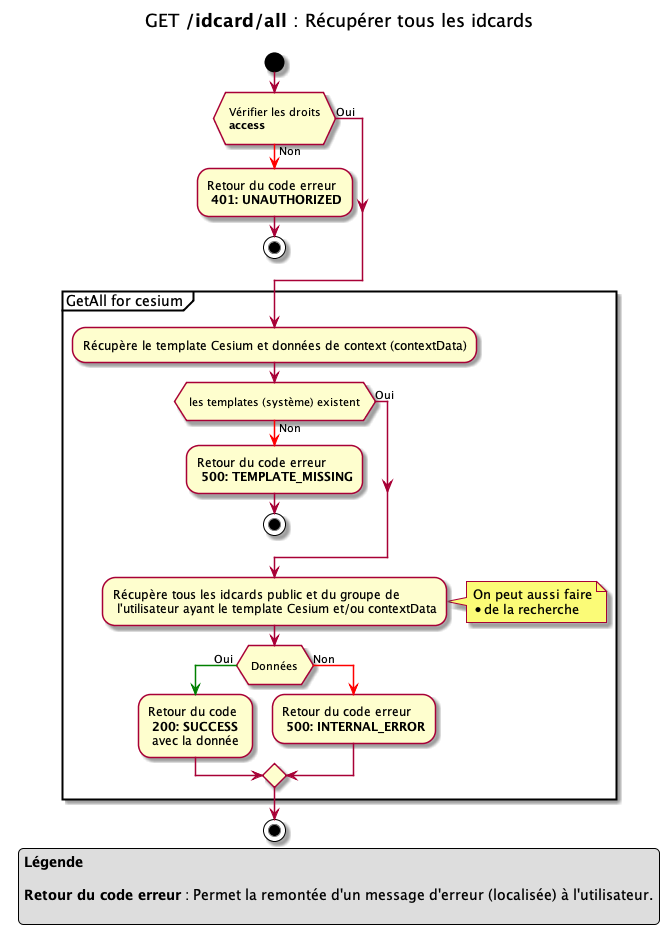
This is 01.byd-DataFactory/1.ArchitectureDossier/images/idcard_getAll_all.png from cogirep/documentation, a PlantUML export, as it was before one commit.
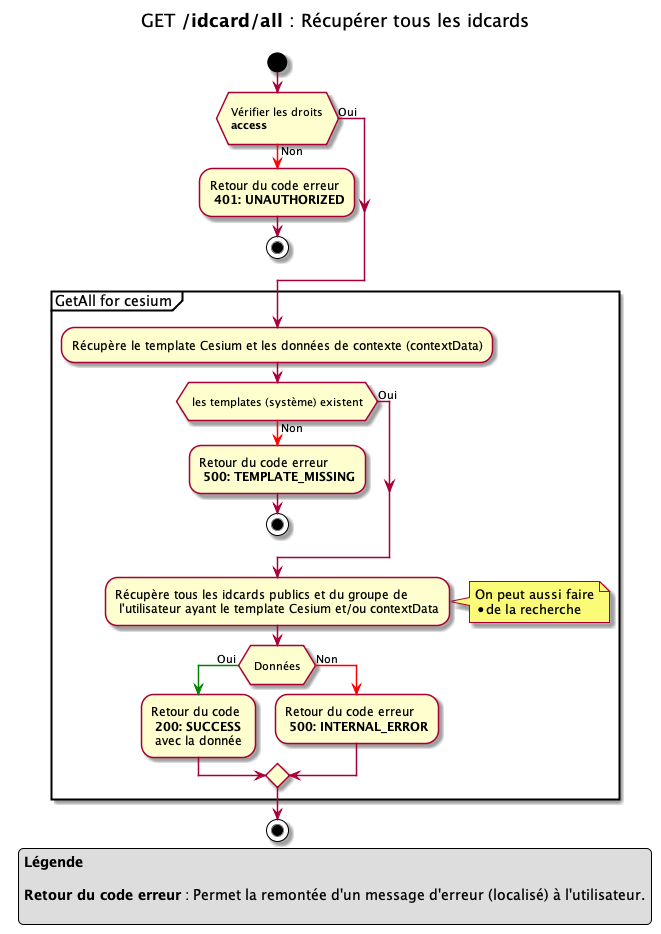
Later version of the same file.

What changed in the source:
```diff
@@ -15,14 +15,14 @@
 
 
 partition "GetAll for cesium " {
-    -Récupère le template Cesium et données de context (contextData)
+    -Récupère le template Cesium et les données de contexte (contextData)
     if ( \n les templates (système) existent \n )
         -[#red]-> Non ;
         -Retour du code erreur \n **500: TEMPLATE_MISSING**
         stop
     else (Oui)
     endif
-    -Récupère tous les idcards public et du groupe de \n l'utilisateur ayant le template Cesium et/ou contextData
+    -Récupère tous les idcards publics et du groupe de \n l'utilisateur ayant le template Cesium et/ou contextData
     note right
     On peut aussi faire
     * de la recherche
@@ -43,7 +43,7 @@
 legend
 **Légende**
 
-**Retour du code erreur** : Permet la remontée d'un message d'erreur (localisée) à l'utilisateur.
+**Retour du code erreur** : Permet la remontée d'un message d'erreur (localisé) à l'utilisateur.
 
 endlegend
 
```
